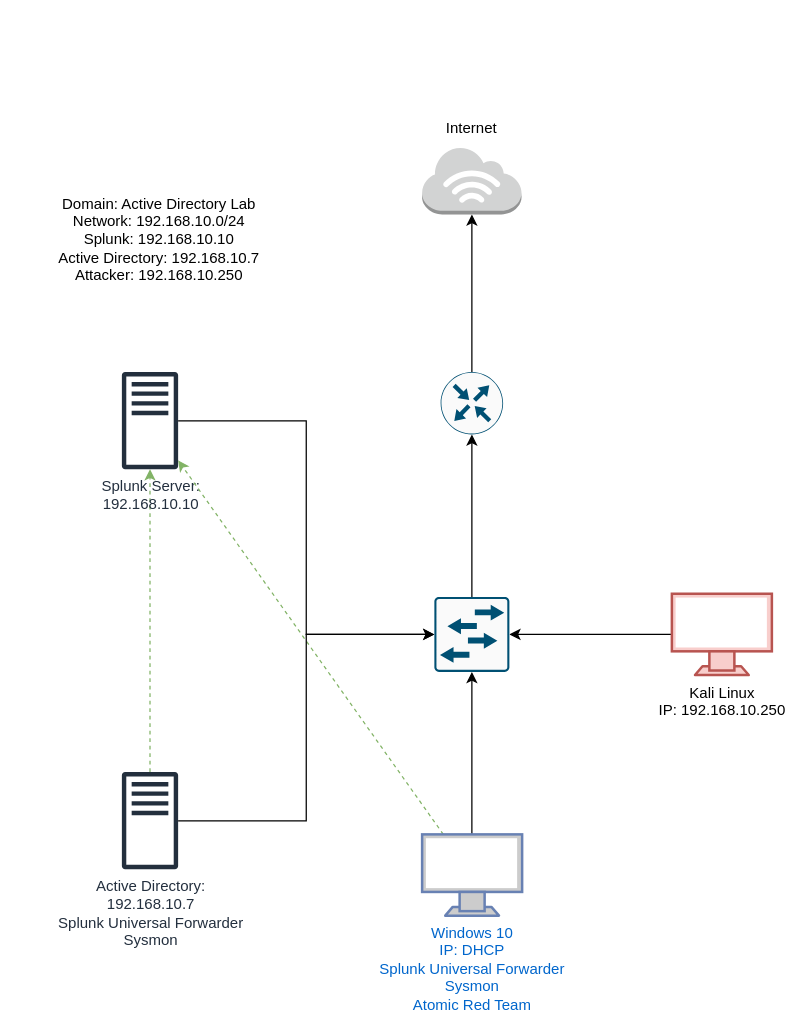
Earlier version of the draw.io diagram .drawio (AndreVu/ActiveDirectoryLab). Source tidied: cells renumbered, new cells numbered last; positions are measured from the earlier drawing's top-left corner, leaving out a move shared by most shapes. Both pictures are drawn from the tidied source at 125%, with x=0, y=0 at pixel (21, 109).
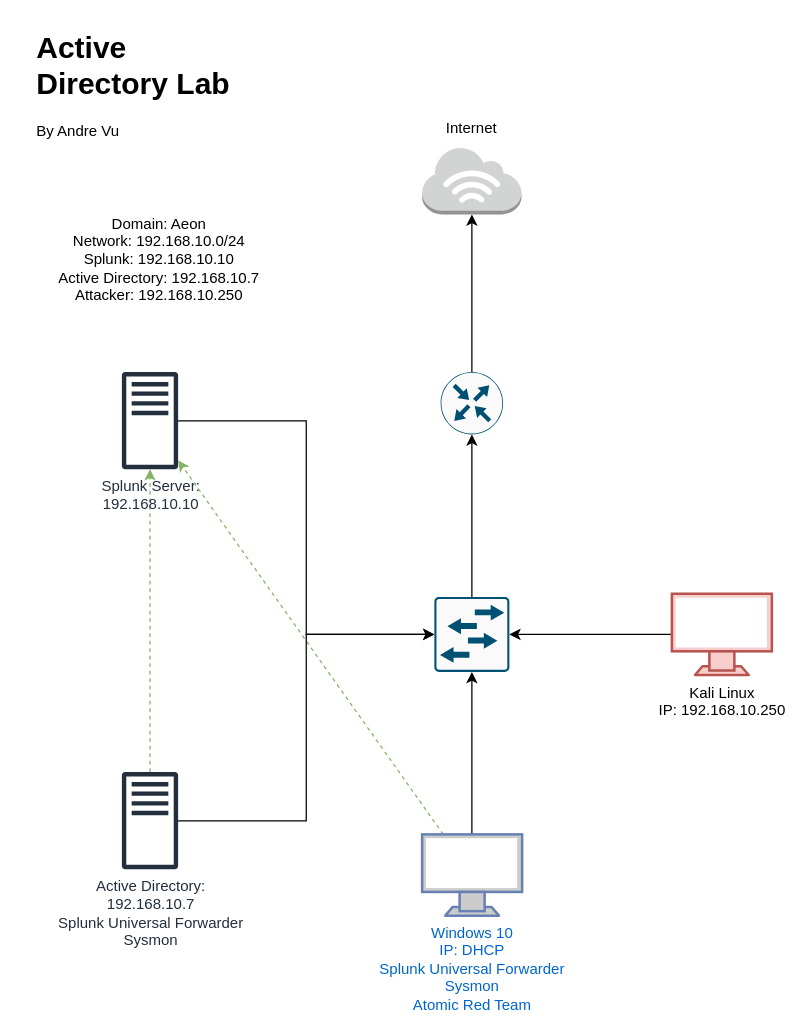
The same diagram, later.

What changed in the source:
```diff
@@
-    <mxCell id="18" value="&lt;div&gt;Domain: Active Directory Lab&lt;/div&gt;&lt;div&gt;Network: 192.168.10.0/24&lt;/div&gt;&lt;div&gt;Splunk: 192.168.10.10&lt;/div&gt;&lt;div&gt;Active Directory: 192.168.10.7&lt;/div&gt;&lt;div&gt;Attacker: 192.168.10.250&lt;br&gt;&lt;/div&gt;" style="text;html=1;align=center;verticalAlign=middle;whiteSpace=wrap;rounded=0;" parent="1" vertex="1">
-      <mxGeometry y="84" width="220" height="40" as="geometry" />
+    <mxCell id="18" value="&lt;div&gt;Domain: Aeon&lt;br&gt;&lt;/div&gt;&lt;div&gt;Network: 192.168.10.0/24&lt;/div&gt;&lt;div&gt;Splunk: 192.168.10.10&lt;/div&gt;&lt;div&gt;Active Directory: 192.168.10.7&lt;/div&gt;&lt;div&gt;Attacker: 192.168.10.250&lt;br&gt;&lt;/div&gt;" style="text;html=1;align=center;verticalAlign=middle;whiteSpace=wrap;rounded=0;" parent="1" vertex="1">
+      <mxGeometry y="100" width="220" height="40" as="geometry" />
     </mxCell>
+    <mxCell id="19" value="&lt;h1 style=&quot;margin-top: 0px;&quot;&gt;Active Directory Lab&lt;br&gt;&lt;/h1&gt;&lt;p&gt;By Andre Vu&lt;br&gt;&lt;/p&gt;" style="text;html=1;whiteSpace=wrap;overflow=hidden;rounded=0;" parent="1" vertex="1">
+      <mxGeometry x="10" y="-70" width="180" height="130" as="geometry" />
+    </mxCell>
```
